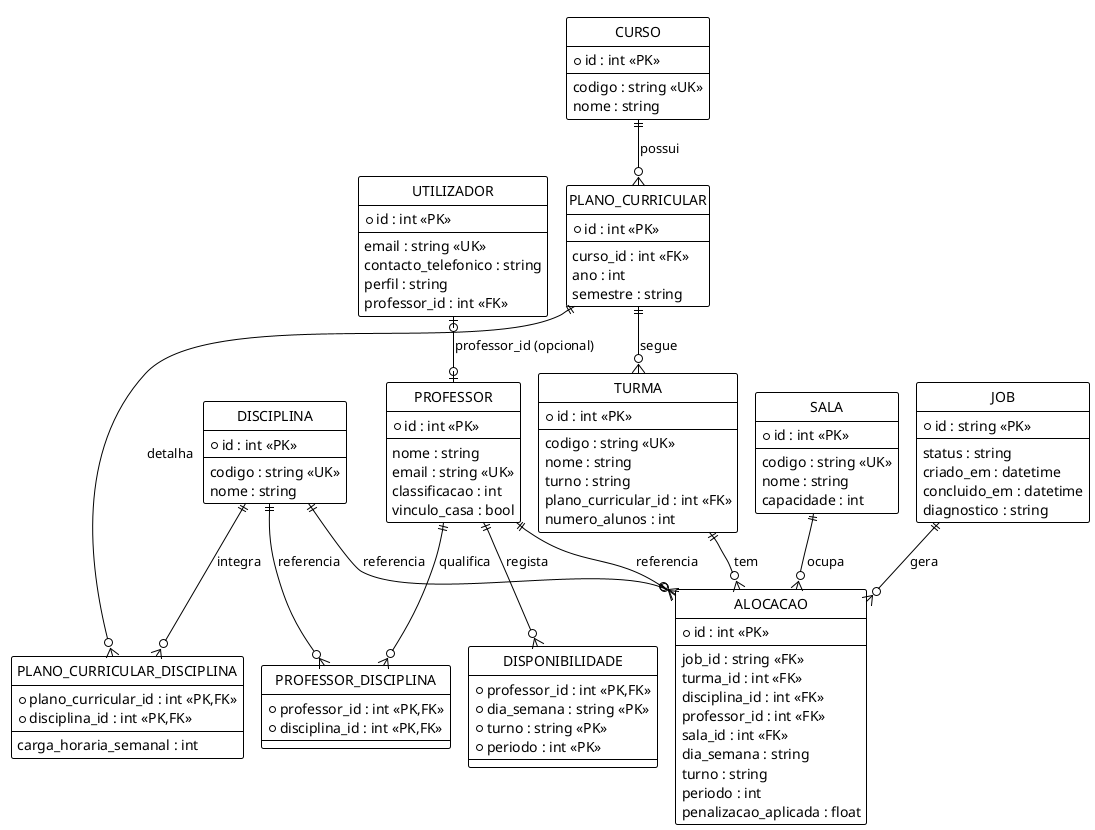
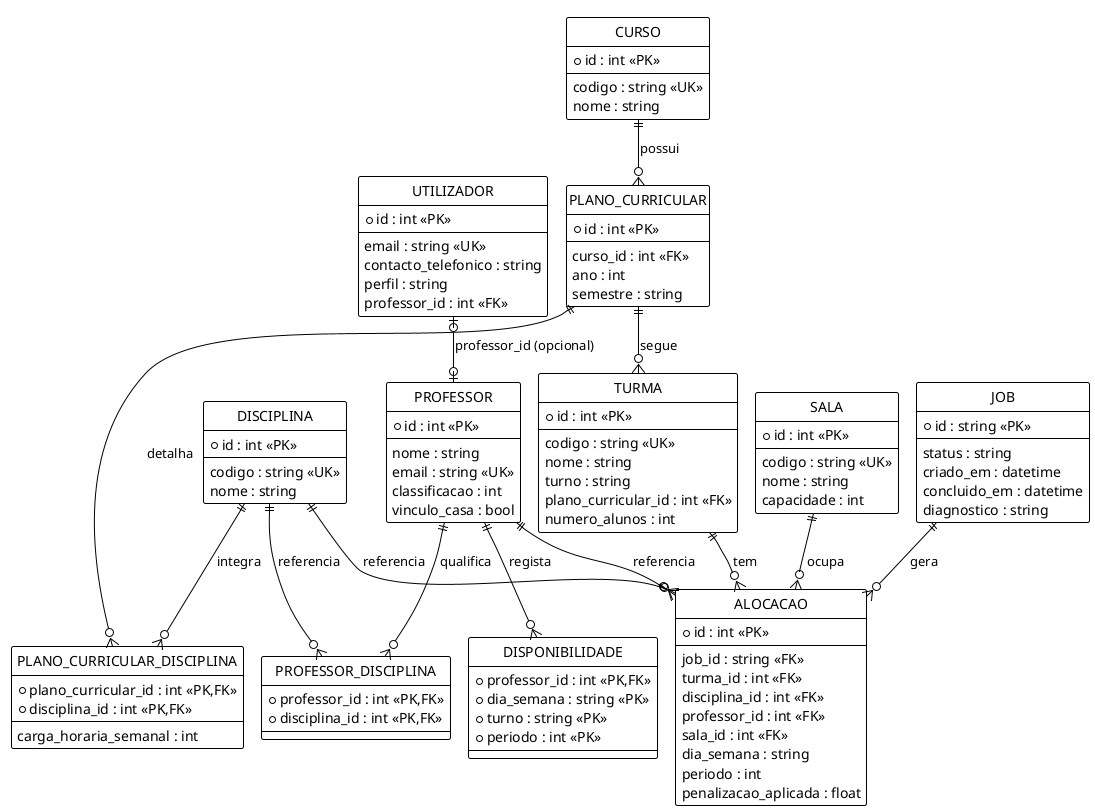
@startuml der
!pragma layout smetana
!theme plain
skinparam backgroundColor white
skinparam roundcorner 4
skinparam entity {
  BackgroundColor #EEF2FF
  BorderColor #6366F1
  FontColor #1E1B4B
}
hide circle

entity "CURSO" as curso {
  *id : int <<PK>>
  --
  codigo : string <<UK>>
  nome : string
}

entity "PLANO_CURRICULAR" as plano {
  *id : int <<PK>>
  --
  curso_id : int <<FK>>
  ano : int
  semestre : string
}

entity "PLANO_CURRICULAR_DISCIPLINA" as planoDisc {
  *plano_curricular_id : int <<PK,FK>>
  *disciplina_id : int <<PK,FK>>
  --
  carga_horaria_semanal : int
}

entity "DISCIPLINA" as disciplina {
  *id : int <<PK>>
  --
  codigo : string <<UK>>
  nome : string
}

entity "TURMA" as turma {
  *id : int <<PK>>
  --
  codigo : string <<UK>>
  nome : string
  turno : string
  plano_curricular_id : int <<FK>>
  numero_alunos : int
}

entity "SALA" as sala {
  *id : int <<PK>>
  --
  codigo : string <<UK>>
  nome : string
  capacidade : int
}

entity "PROFESSOR" as professor {
  *id : int <<PK>>
  --
  nome : string
  email : string <<UK>>
  classificacao : int
  vinculo_casa : bool
}

entity "PROFESSOR_DISCIPLINA" as profDisc {
  *professor_id : int <<PK,FK>>
  *disciplina_id : int <<PK,FK>>
}

entity "DISPONIBILIDADE" as disp {
  *professor_id : int <<PK,FK>>
  *dia_semana : string <<PK>>
  *turno : string <<PK>>
  *periodo : int <<PK>>
}

entity "UTILIZADOR" as utilizador {
  *id : int <<PK>>
  --
  email : string <<UK>>
  contacto_telefonico : string
  perfil : string
  professor_id : int <<FK>>
}

entity "JOB" as job {
  *id : string <<PK>>
  --
  status : string
  criado_em : datetime
  concluido_em : datetime
  diagnostico : string
}

entity "ALOCACAO" as alocacao {
  *id : int <<PK>>
  --
  job_id : string <<FK>>
  turma_id : int <<FK>>
  disciplina_id : int <<FK>>
  professor_id : int <<FK>>
  sala_id : int <<FK>>
  dia_semana : string
-   turno : string
  periodo : int
  penalizacao_aplicada : float
}

curso ||--o{ plano : "possui"
plano ||--o{ planoDisc : "detalha"
disciplina ||--o{ planoDisc : "integra"
plano ||--o{ turma : "segue"

professor ||--o{ profDisc : "qualifica"
disciplina ||--o{ profDisc : "referencia"
professor ||--o{ disp : "regista"
utilizador |o--o| professor : "professor_id (opcional)"

job ||--o{ alocacao : "gera"
turma ||--o{ alocacao : "tem"
disciplina ||--o{ alocacao : "referencia"
professor ||--o{ alocacao : "referencia"
sala ||--o{ alocacao : "ocupa"

@enduml
